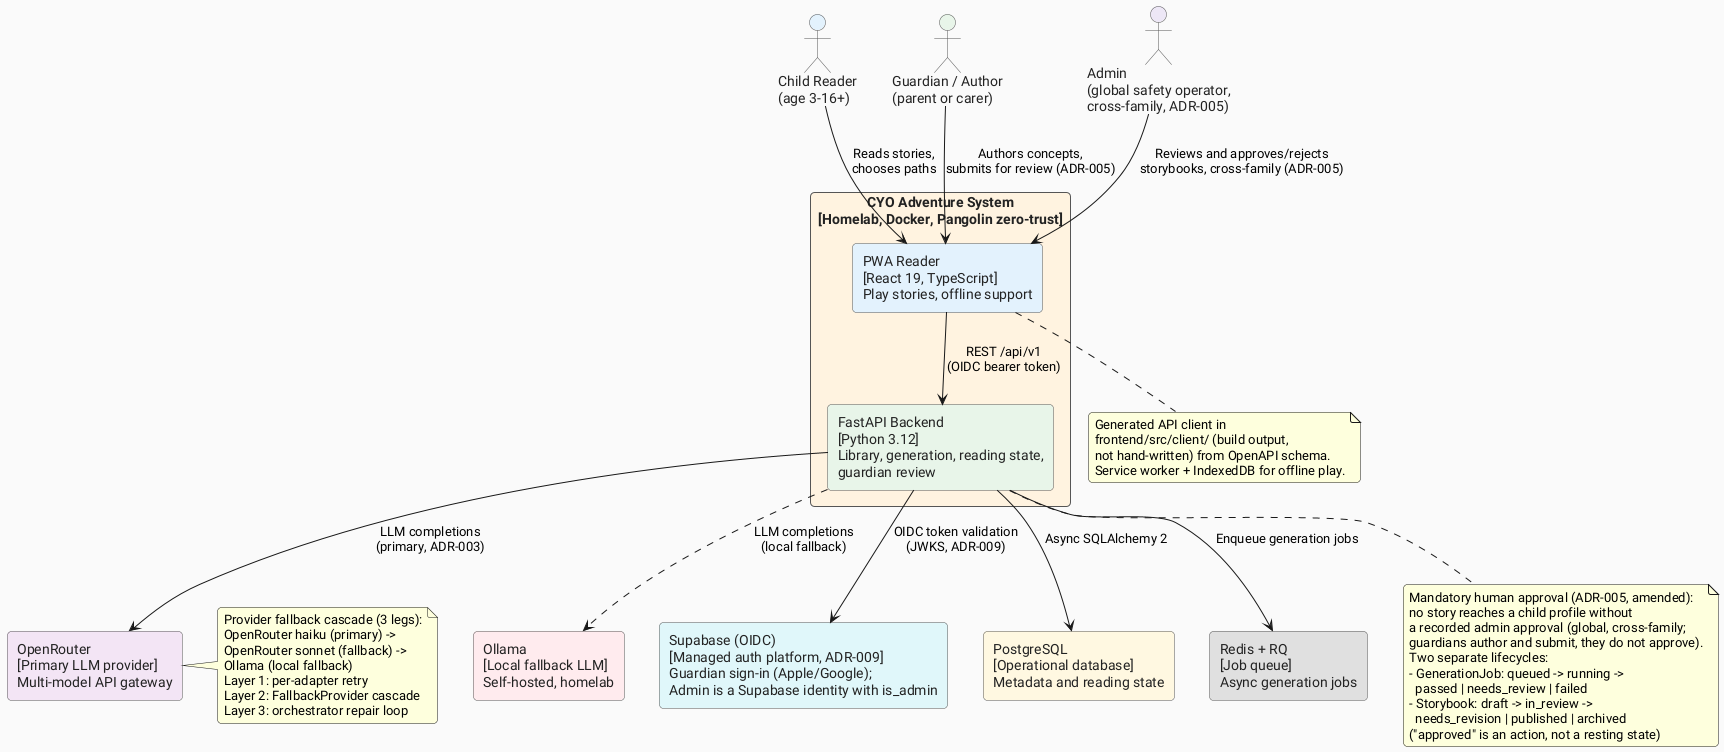
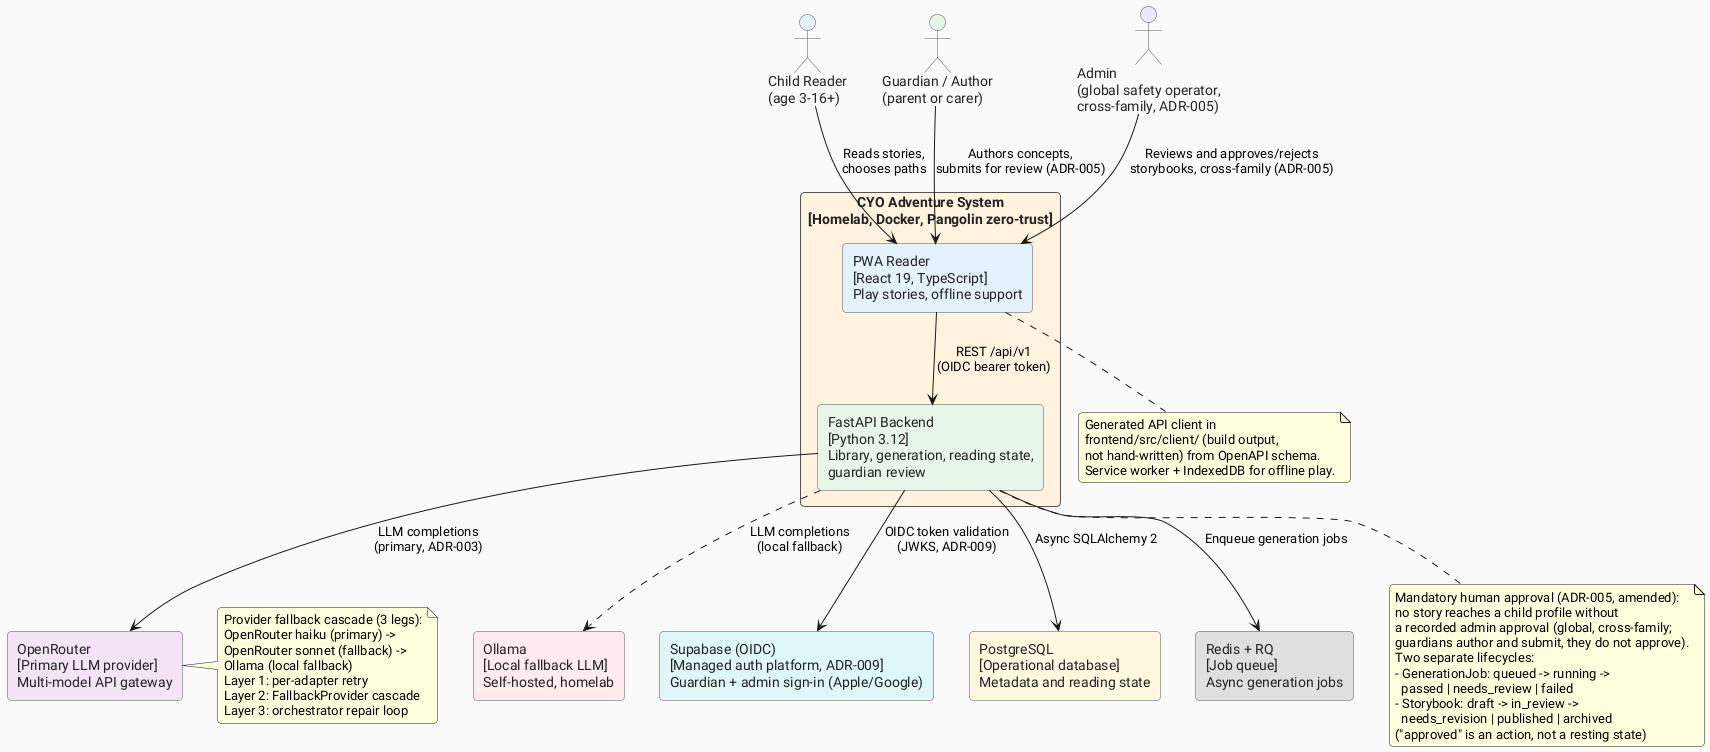
@startuml c4-context
' ============================================================
' C4 Level 1 - System Context Diagram
' CYO Adventure: Choose-Your-Own-Adventure reading app for kids
'
' Source files:
'   src/cyo_adventure/api/deps.py      (Principal/role model: guardian, child, admin)
'   src/cyo_adventure/api/generation.py (guardian-only authoring)
'   src/cyo_adventure/api/reading.py   (child reading endpoints)
'   src/cyo_adventure/db/models.py     (Storybook + GenerationJob lifecycles)
'   docs/planning/adr/adr-005-mandatory-human-approval.md (amended: global-admin approver)
'   docs/planning/adr/adr-003-frontier-llm-generation.md
'   docs/planning/adr/adr-009-supabase-platform.md (Supabase OIDC replaces Authentik)
'   docs/planning/tech-spec.md
' ============================================================

!define ICONURL https://raw.githubusercontent.com/tupadr3/plantuml-icon-font-sprites/v2.4.0
skinparam defaultFontName "Roboto"
skinparam backgroundColor #FAFAFA
skinparam roundCorner 8

skinparam rectangle {
  BorderColor #555555
  FontColor #222222
}

skinparam actor {
  BorderColor #555555
  FontColor #222222
  BackgroundColor #FFFFFF
}

' --- Actors ---
actor "Child Reader\n(age 3-16+)" as child #E3F2FD
actor "Guardian / Author\n(parent or carer)" as guardian #E8F5E9
actor "Admin\n(global safety operator,\ncross-family, ADR-005)" as admin #EDE7F6

' --- System boundary ---
rectangle "CYO Adventure System\n[Homelab, Docker, Pangolin zero-trust]" as system #FFF3E0 {
  rectangle "PWA Reader\n[React 19, TypeScript]\nPlay stories, offline support" as pwa #E3F2FD
  rectangle "FastAPI Backend\n[Python 3.12]\nLibrary, generation, reading state,\nguardian review" as backend #E8F5E9
}

' --- External systems ---
rectangle "OpenRouter\n[Primary LLM provider]\nMulti-model API gateway" as openrouter #F3E5F5
rectangle "Ollama\n[Local fallback LLM]\nSelf-hosted, homelab" as ollama #FFEBEE
- rectangle "Supabase (OIDC)\n[Managed auth platform, ADR-009]\nGuardian sign-in (Apple/Google);\nAdmin is a Supabase identity with is_admin" as supabase_auth #E0F7FA
+ rectangle "Supabase (OIDC)\n[Managed auth platform, ADR-009]\nGuardian + admin sign-in (Apple/Google)" as supabase_auth #E0F7FA
rectangle "PostgreSQL\n[Operational database]\nMetadata and reading state" as postgres #FFF8E1
rectangle "Redis + RQ\n[Job queue]\nAsync generation jobs" as redis #E0E0E0

' --- Relationships ---
child --> pwa : "Reads stories,\nchooses paths"
guardian --> pwa : "Authors concepts,\nsubmits for review (ADR-005)"
admin --> pwa : "Reviews and approves/rejects\nstorybooks, cross-family (ADR-005)"
pwa --> backend : "REST /api/v1\n(OIDC bearer token)"
backend --> openrouter : "LLM completions\n(primary, ADR-003)"
backend ..> ollama : "LLM completions\n(local fallback)"
backend --> supabase_auth : "OIDC token validation\n(JWKS, ADR-009)"
backend --> postgres : "Async SQLAlchemy 2"
backend --> redis : "Enqueue generation jobs"

note bottom of pwa
  Generated API client in
  frontend/src/client/ (build output,
  not hand-written) from OpenAPI schema.
  Service worker + IndexedDB for offline play.
end note

note right of openrouter
  Provider fallback cascade (3 legs):
  OpenRouter haiku (primary) ->
  OpenRouter sonnet (fallback) ->
  Ollama (local fallback)
  Layer 1: per-adapter retry
  Layer 2: FallbackProvider cascade
  Layer 3: orchestrator repair loop
end note

note bottom of backend
  Mandatory human approval (ADR-005, amended):
  no story reaches a child profile without
  a recorded admin approval (global, cross-family;
  guardians author and submit, they do not approve).
  Two separate lifecycles:
  - GenerationJob: queued -> running ->
    passed | needs_review | failed
  - Storybook: draft -> in_review ->
    needs_revision | published | archived
  ("approved" is an action, not a resting state)
end note

@enduml
